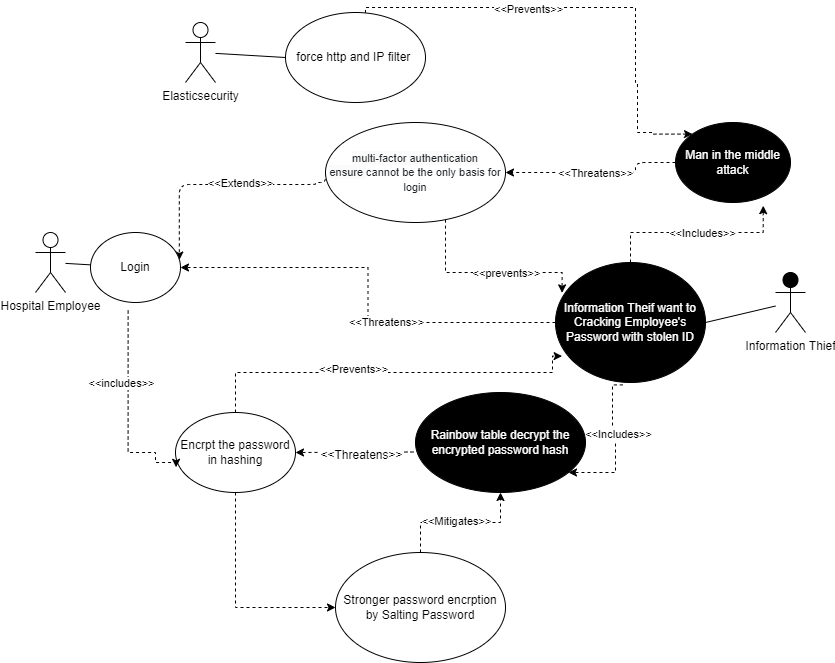
This is images/authentication_use_case——02.drawio.png from zijunmei/Software_Assurance, a draw.io export, as it was before one commit. Source tidied: cells renumbered, new cells last; positions are measured from the earlier drawing's top-left corner, leaving out a move shared by most shapes.
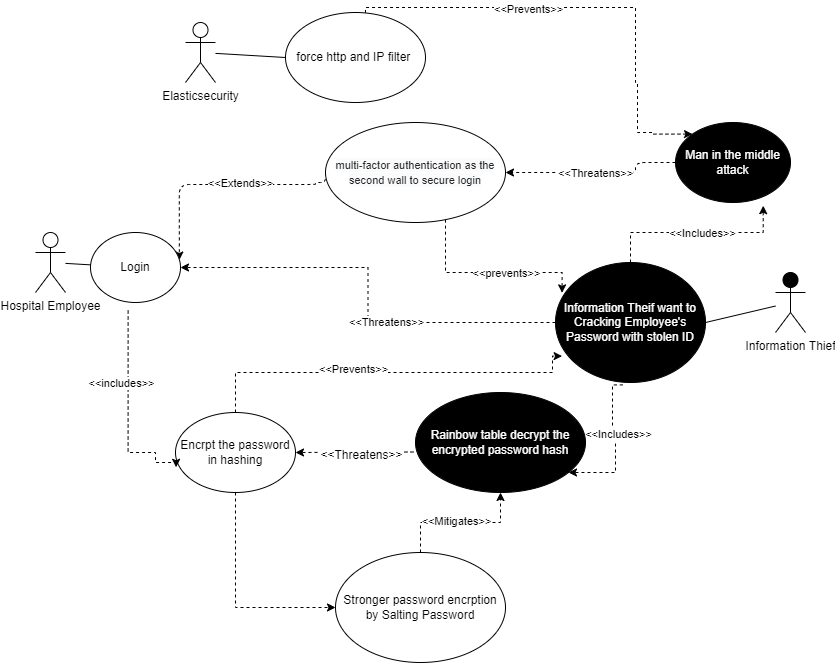
After the change.

Commit message:
new image of login diagram

The edit, as a diff of the source:
```diff
@@ -124,7 +124,7 @@
     <mxCell id="27" value="&amp;lt;&amp;lt;prevents&amp;gt;&amp;gt;" style="edgeLabel;html=1;align=center;verticalAlign=middle;" parent="26" vertex="1">
       <mxGeometry x="0.19" relative="1" as="geometry" />
     </mxCell>
-    <mxCell id="28" value="&lt;span style=&quot;color: rgb(33, 37, 41); font-family: Inter, sans-serif; text-align: left; background-color: rgb(251, 251, 251);&quot;&gt;&lt;font style=&quot;font-size: 11px;&quot;&gt;multi-factor authentication ensure&amp;nbsp;&lt;/font&gt;&lt;/span&gt;&lt;font face=&quot;Inter, sans-serif&quot; color=&quot;#212529&quot;&gt;&lt;span style=&quot;font-size: 11px;&quot;&gt;cannot be the only basis for login&lt;/span&gt;&lt;/font&gt;" style="ellipse;whiteSpace=wrap;html=1;" parent="1" vertex="1">
+    <mxCell id="28" value="&lt;span style=&quot;color: rgb(33, 37, 41); font-family: Inter, sans-serif; text-align: left; background-color: rgb(251, 251, 251);&quot;&gt;&lt;font style=&quot;font-size: 11px;&quot;&gt;multi-factor authentication as the second wall to secure login&lt;/font&gt;&lt;/span&gt;" style="ellipse;whiteSpace=wrap;html=1;" parent="1" vertex="1">
       <mxGeometry x="290" y="115" width="180" height="100" as="geometry" />
     </mxCell>
     <mxCell id="29" value="Hospital Employee" style="shape=umlActor;verticalLabelPosition=bottom;verticalAlign=top;html=1;outlineConnect=0;fillColor=#FFFFFF;" parent="1" vertex="1">
```
